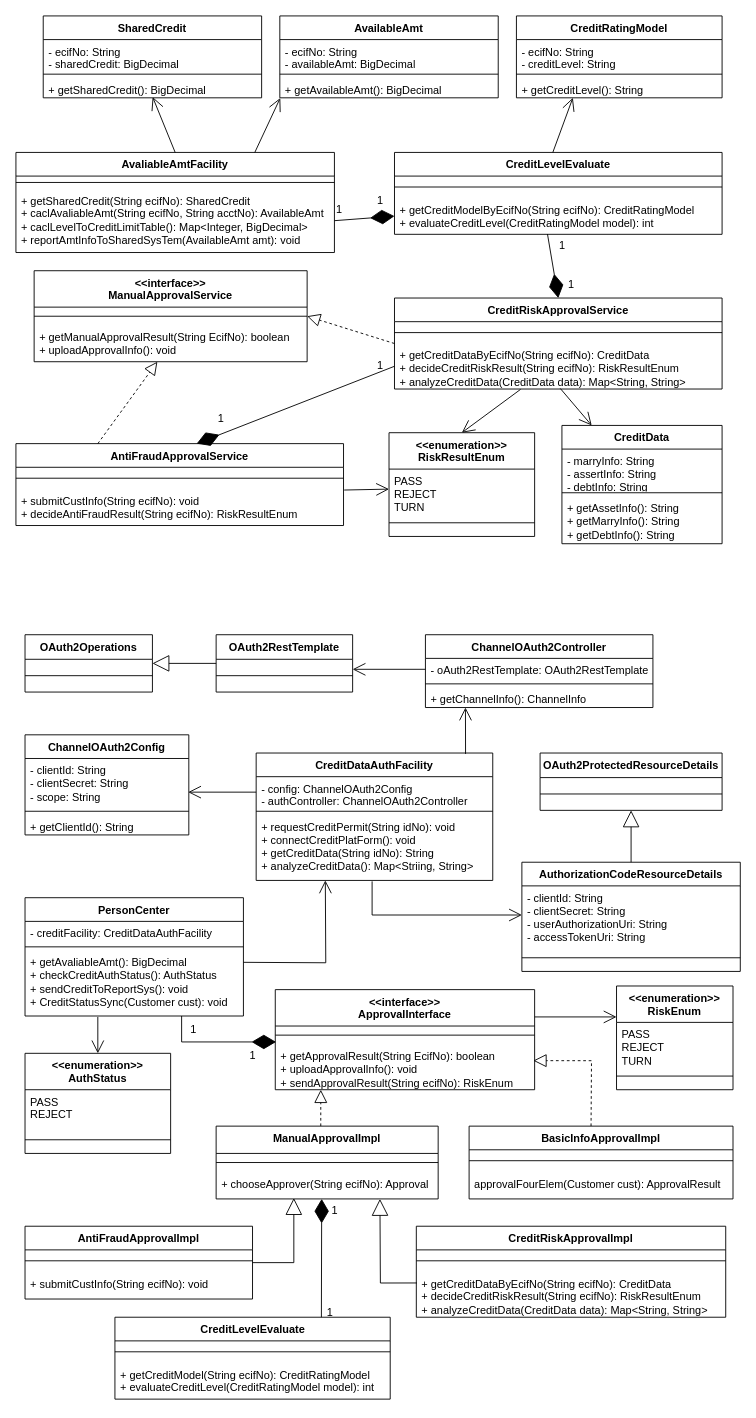
The draw.io diagram 授信额度审批-.drawio in wuxiao-web/graduationThesis, before the edit. Source tidied: cells renumbered, new cells numbered last; positions are measured from the earlier drawing's top-left corner, leaving out a move shared by most shapes. Both pictures are drawn from the tidied source at 91%, with x=0, y=0 at pixel (15, 15).
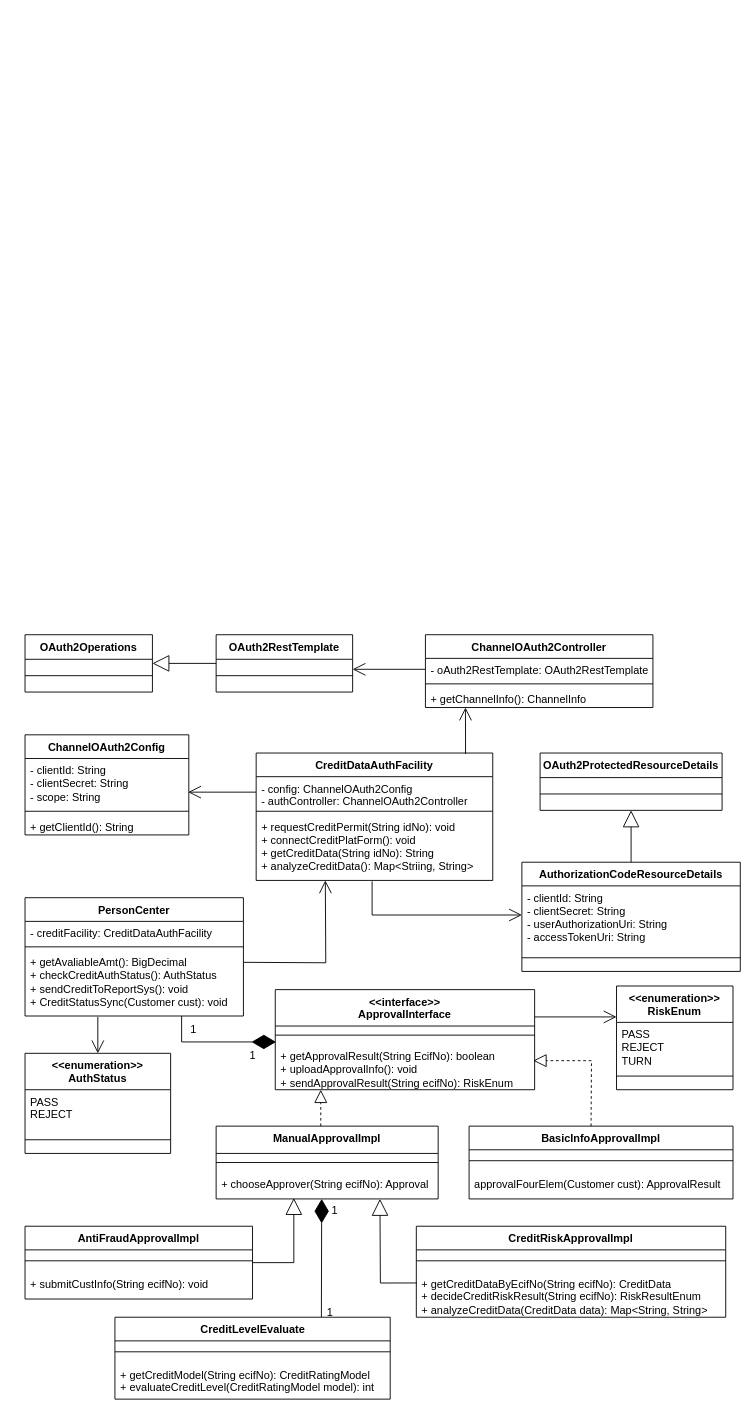
After the change.

Commit message (it also covers changes not shown here):
更新授信额度审批-.drawio

What changed in the source:
```diff
@@
-    <mxCell id="2" value="AvaliableAmtFacility" style="swimlane;fontStyle=1;align=center;verticalAlign=top;horizontal=1;startSize=26;whiteSpace=wrap;html=1;" parent="1" vertex="1">
-      <mxGeometry y="150" width="350" height="110" as="geometry" />
-    </mxCell>
-    <mxCell id="3" style="line;strokeWidth=1;fillColor=none;align=left;verticalAlign=middle;spacingTop=-1;spacingLeft=3;spacingRight=3;labelPosition=right;strokeColor=inherit;" parent="2" vertex="1">
-      <mxGeometry y="26" width="350" height="14" as="geometry" />
-    </mxCell>
-    <mxCell id="4" value="+ getSharedCredit(String ecifNo): SharedCredit&lt;br&gt;+ caclAvaliableAmt(String ecifNo, String acctNo): AvailableAmt&lt;br&gt;+ caclLevelToCreditLimitTable(): Map&amp;lt;Integer, BigDecimal&amp;gt;&lt;br&gt;+ reportAmtInfoToSharedSysTem(AvailableAmt amt): void" style="text;strokeColor=none;fillColor=none;align=left;verticalAlign=top;spacingLeft=4;spacingRight=4;overflow=hidden;points=[[0,0.5],[1,0.5]];portConstraint=eastwest;whiteSpace=wrap;html=1;" parent="2" vertex="1">
-      <mxGeometry y="40" width="350" height="70" as="geometry" />
-    </mxCell>
-    <mxCell id="5" value="SharedCredit" style="swimlane;fontStyle=1;align=center;verticalAlign=top;horizontal=1;startSize=26;whiteSpace=wrap;html=1;" parent="1" vertex="1">
-      <mxGeometry x="30" width="240" height="90" as="geometry" />
-    </mxCell>
-    <mxCell id="6" value="- ecifNo: String&lt;br&gt;- sharedCredit: BigDecimal" style="text;strokeColor=none;fillColor=none;align=left;verticalAlign=top;spacingLeft=4;spacingRight=4;overflow=hidden;whiteSpace=wrap;html=1;" parent="5" vertex="1">
-      <mxGeometry y="26" width="240" height="34" as="geometry" />
-    </mxCell>
-    <mxCell id="7" style="line;strokeWidth=1;fillColor=none;align=left;verticalAlign=middle;spacingTop=-1;spacingLeft=3;spacingRight=3;labelPosition=right;strokeColor=inherit;" parent="5" vertex="1">
-      <mxGeometry y="60" width="240" height="8" as="geometry" />
-    </mxCell>
-    <mxCell id="8" value="+ getSharedCredit(): BigDecimal" style="text;strokeColor=none;fillColor=none;align=left;verticalAlign=top;spacingLeft=4;spacingRight=4;overflow=hidden;points=[[0,0.5],[1,0.5]];portConstraint=eastwest;whiteSpace=wrap;html=1;" parent="5" vertex="1">
-      <mxGeometry y="68" width="240" height="22" as="geometry" />
-    </mxCell>
-    <mxCell id="9" style="endArrow=open;endFill=1;endSize=12;html=1;rounded=0;entryX=0.501;entryY=0.96;entryDx=0;entryDy=0;entryPerimeter=0;exitX=0.5;exitY=0;exitDx=0;exitDy=0;" parent="1" edge="1" source="2" target="8">
-      <mxGeometry relative="1" as="geometry" />
-    </mxCell>
-    <mxCell id="10" value="CreditLevelEvaluate" style="swimlane;fontStyle=1;align=center;verticalAlign=top;horizontal=1;startSize=26;whiteSpace=wrap;html=1;" parent="1" vertex="1">
-      <mxGeometry x="416" y="150" width="360" height="90" as="geometry" />
-    </mxCell>
-    <mxCell id="11" style="line;strokeWidth=1;fillColor=none;align=left;verticalAlign=middle;spacingTop=-1;spacingLeft=3;spacingRight=3;labelPosition=right;strokeColor=inherit;" parent="10" vertex="1">
-      <mxGeometry y="26" width="360" height="24" as="geometry" />
-    </mxCell>
-    <mxCell id="12" value="+ getCreditModelByEcifNo(String ecifNo): CreditRatingModel&lt;br&gt;+ evaluateCreditLevel(CreditRatingModel model): int" style="text;strokeColor=none;fillColor=none;align=left;verticalAlign=top;spacingLeft=4;spacingRight=4;overflow=hidden;points=[[0,0.5],[1,0.5]];portConstraint=eastwest;whiteSpace=wrap;html=1;" parent="10" vertex="1">
-      <mxGeometry y="50" width="360" height="40" as="geometry" />
-    </mxCell>
-    <mxCell id="13" value="AvailableAmt" style="swimlane;fontStyle=1;align=center;verticalAlign=top;horizontal=1;startSize=26;whiteSpace=wrap;html=1;" parent="1" vertex="1">
-      <mxGeometry x="290" width="240" height="90" as="geometry" />
-    </mxCell>
-    <mxCell id="14" value="- ecifNo: String&lt;br&gt;- availableAmt: BigDecimal" style="text;strokeColor=none;fillColor=none;align=left;verticalAlign=top;spacingLeft=4;spacingRight=4;overflow=hidden;whiteSpace=wrap;html=1;" parent="13" vertex="1">
-      <mxGeometry y="26" width="240" height="34" as="geometry" />
-    </mxCell>
-    <mxCell id="15" style="line;strokeWidth=1;fillColor=none;align=left;verticalAlign=middle;spacingTop=-1;spacingLeft=3;spacingRight=3;labelPosition=right;strokeColor=inherit;" parent="13" vertex="1">
-      <mxGeometry y="60" width="240" height="8" as="geometry" />
-    </mxCell>
-    <mxCell id="16" value="+ getAvailableAmt(): BigDecimal" style="text;strokeColor=none;fillColor=none;align=left;verticalAlign=top;spacingLeft=4;spacingRight=4;overflow=hidden;points=[[0,0.5],[1,0.5]];portConstraint=eastwest;whiteSpace=wrap;html=1;" parent="13" vertex="1">
-      <mxGeometry y="68" width="240" height="22" as="geometry" />
-    </mxCell>
-    <mxCell id="17" style="endArrow=open;endFill=1;endSize=12;html=1;rounded=0;entryX=0.002;entryY=1.008;entryDx=0;entryDy=0;entryPerimeter=0;exitX=0.75;exitY=0;exitDx=0;exitDy=0;" parent="1" edge="1" source="2" target="16">
-      <mxGeometry relative="1" as="geometry" />
-    </mxCell>
-    <mxCell id="18" value="CreditRatingModel" style="swimlane;fontStyle=1;align=center;verticalAlign=top;horizontal=1;startSize=26;whiteSpace=wrap;html=1;" parent="1" vertex="1">
-      <mxGeometry x="550" width="226" height="90" as="geometry" />
-    </mxCell>
-    <mxCell id="19" value="- ecifNo: String&lt;br&gt;- creditLevel: String" style="text;strokeColor=none;fillColor=none;align=left;verticalAlign=top;spacingLeft=4;spacingRight=4;overflow=hidden;whiteSpace=wrap;html=1;" parent="18" vertex="1">
-      <mxGeometry y="26" width="226" height="34" as="geometry" />
-    </mxCell>
-    <mxCell id="20" style="line;strokeWidth=1;fillColor=none;align=left;verticalAlign=middle;spacingTop=-1;spacingLeft=3;spacingRight=3;labelPosition=right;strokeColor=inherit;" parent="18" vertex="1">
-      <mxGeometry y="60" width="226" height="8" as="geometry" />
-    </mxCell>
-    <mxCell id="21" value="+ getCreditLevel(): String" style="text;strokeColor=none;fillColor=none;align=left;verticalAlign=top;spacingLeft=4;spacingRight=4;overflow=hidden;whiteSpace=wrap;html=1;" parent="18" vertex="1">
-      <mxGeometry y="68" width="226" height="22" as="geometry" />
-    </mxCell>
-    <mxCell id="22" style="endArrow=open;endFill=1;endSize=12;html=1;rounded=0;entryX=0.002;entryY=1.008;entryDx=0;entryDy=0;entryPerimeter=0;exitX=0.75;exitY=0;exitDx=0;exitDy=0;" parent="1" edge="1">
-      <mxGeometry relative="1" as="geometry">
-        <mxPoint x="590" y="150" as="sourcePoint" />
-        <mxPoint x="612" y="90" as="targetPoint" />
-      </mxGeometry>
-    </mxCell>
-    <mxCell id="23" style="endArrow=diamondThin;endFill=1;endSize=24;html=1;rounded=0;entryX=0;entryY=0.5;entryDx=0;entryDy=0;exitX=1;exitY=0.5;exitDx=0;exitDy=0;" parent="1" edge="1" source="4" target="12">
-      <mxGeometry relative="1" as="geometry" />
-    </mxCell>
-    <mxCell id="24" value="CreditRiskApprovalService" style="swimlane;fontStyle=1;align=center;verticalAlign=top;horizontal=1;startSize=26;whiteSpace=wrap;html=1;" parent="1" vertex="1">
-      <mxGeometry x="416" y="310" width="360" height="100" as="geometry" />
-    </mxCell>
-    <mxCell id="25" style="line;strokeWidth=1;fillColor=none;align=left;verticalAlign=middle;spacingTop=-1;spacingLeft=3;spacingRight=3;labelPosition=right;strokeColor=inherit;" parent="24" vertex="1">
-      <mxGeometry y="26" width="360" height="24" as="geometry" />
-    </mxCell>
-    <mxCell id="26" value="+ getCreditDataByEcifNo(String ecifNo): CreditData&lt;br&gt;+ decideCreditRiskResult(String ecifNo): RiskResultEnum&lt;br&gt;+ analyzeCreditData(CreditData data): Map&amp;lt;String, String&amp;gt;" style="text;strokeColor=none;fillColor=none;align=left;verticalAlign=top;spacingLeft=4;spacingRight=4;overflow=hidden;points=[[0,0.5],[1,0.5]];portConstraint=eastwest;whiteSpace=wrap;html=1;" parent="24" vertex="1">
-      <mxGeometry y="50" width="360" height="50" as="geometry" />
-    </mxCell>
-    <mxCell id="27" value="&amp;lt;&amp;lt;interface&amp;gt;&amp;gt;&lt;br&gt;ManualApprovalService" style="swimlane;fontStyle=1;align=center;verticalAlign=top;horizontal=1;startSize=40;whiteSpace=wrap;html=1;" parent="1" vertex="1">
-      <mxGeometry x="20" y="280" width="300" height="100" as="geometry" />
-    </mxCell>
-    <mxCell id="28" style="line;strokeWidth=1;fillColor=none;align=left;verticalAlign=middle;spacingTop=-1;spacingLeft=3;spacingRight=3;labelPosition=right;strokeColor=inherit;" parent="27" vertex="1">
-      <mxGeometry y="40" width="300" height="20" as="geometry" />
-    </mxCell>
-    <mxCell id="29" value="+ getManualApprovalResult(String EcifNo): boolean&lt;br&gt;+ uploadApprovalInfo(): void" style="text;strokeColor=none;fillColor=none;align=left;verticalAlign=top;spacingLeft=4;spacingRight=4;overflow=hidden;points=[[0,0.5],[1,0.5]];portConstraint=eastwest;whiteSpace=wrap;html=1;" parent="27" vertex="1">
-      <mxGeometry y="60" width="300" height="40" as="geometry" />
-    </mxCell>
-    <mxCell id="30" style="endArrow=block;dashed=1;endFill=0;endSize=12;html=1;rounded=0;entryX=1;entryY=0.5;entryDx=0;entryDy=0;exitX=0;exitY=0.5;exitDx=0;exitDy=0;" parent="1" edge="1" source="24" target="27">
-      <mxGeometry relative="1" as="geometry" />
-    </mxCell>
-    <mxCell id="31" style="endArrow=diamondThin;endFill=1;endSize=24;html=1;rounded=0;entryX=0.5;entryY=0;entryDx=0;entryDy=0;exitX=0.467;exitY=0.992;exitDx=0;exitDy=0;exitPerimeter=0;" parent="1" edge="1" source="12" target="24">
-      <mxGeometry relative="1" as="geometry" />
-    </mxCell>
-    <mxCell id="32" value="CreditData" style="swimlane;fontStyle=1;align=center;verticalAlign=top;horizontal=1;startSize=26;whiteSpace=wrap;html=1;" parent="1" vertex="1">
-      <mxGeometry x="600" y="450" width="176" height="130" as="geometry" />
-    </mxCell>
-    <mxCell id="33" value="- marryInfo: String&lt;br&gt;- assertInfo: String&lt;br&gt;- debtInfo: String" style="text;strokeColor=none;fillColor=none;align=left;verticalAlign=top;spacingLeft=4;spacingRight=4;overflow=hidden;whiteSpace=wrap;html=1;" parent="32" vertex="1">
-      <mxGeometry y="26" width="176" height="44" as="geometry" />
-    </mxCell>
-    <mxCell id="34" style="line;strokeWidth=1;fillColor=none;align=left;verticalAlign=middle;spacingTop=-1;spacingLeft=3;spacingRight=3;labelPosition=right;strokeColor=inherit;" parent="32" vertex="1">
-      <mxGeometry y="70" width="176" height="8" as="geometry" />
-    </mxCell>
-    <mxCell id="35" value="+ getAssetInfo(): String&lt;br&gt;+ getMarryInfo(): String&lt;br&gt;+ getDebtInfo(): String" style="text;strokeColor=none;fillColor=none;align=left;verticalAlign=top;spacingLeft=4;spacingRight=4;overflow=hidden;whiteSpace=wrap;html=1;" parent="32" vertex="1">
-      <mxGeometry y="78" width="176" height="52" as="geometry" />
-    </mxCell>
-    <mxCell id="36" style="endArrow=open;endFill=1;endSize=12;html=1;rounded=0;exitX=0.506;exitY=0.987;exitDx=0;exitDy=0;exitPerimeter=0;" parent="1" edge="1" source="26" target="32">
-      <mxGeometry relative="1" as="geometry" />
-    </mxCell>
-    <mxCell id="37" value="AntiFraudApprovalService" style="swimlane;fontStyle=1;align=center;verticalAlign=top;horizontal=1;startSize=26;whiteSpace=wrap;html=1;" parent="1" vertex="1">
-      <mxGeometry y="470" width="360" height="90" as="geometry" />
-    </mxCell>
-    <mxCell id="38" style="line;strokeWidth=1;fillColor=none;align=left;verticalAlign=middle;spacingTop=-1;spacingLeft=3;spacingRight=3;labelPosition=right;strokeColor=inherit;" parent="37" vertex="1">
-      <mxGeometry y="26" width="360" height="24" as="geometry" />
-    </mxCell>
-    <mxCell id="39" value="+ submitCustInfo(String ecifNo): void&lt;br&gt;+ decideAntiFraudResult(String ecifNo): RiskResultEnum" style="text;strokeColor=none;fillColor=none;align=left;verticalAlign=top;spacingLeft=4;spacingRight=4;overflow=hidden;points=[[0,0.5],[1,0.5]];portConstraint=eastwest;whiteSpace=wrap;html=1;" parent="37" vertex="1">
-      <mxGeometry y="50" width="360" height="40" as="geometry" />
-    </mxCell>
-    <mxCell id="40" style="endArrow=diamondThin;endFill=1;endSize=24;html=1;rounded=0;entryX=0.5;entryY=0;entryDx=0;entryDy=0;exitX=0;exitY=0.5;exitDx=0;exitDy=0;" parent="1" edge="1" source="26">
-      <mxGeometry relative="1" as="geometry">
-        <mxPoint x="198.6" y="470" as="targetPoint" />
-      </mxGeometry>
-    </mxCell>
-    <mxCell id="41" style="endArrow=block;dashed=1;endFill=0;endSize=12;html=1;rounded=0;exitX=0.25;exitY=0;exitDx=0;exitDy=0;" parent="1" edge="1" source="37" target="29">
-      <mxGeometry relative="1" as="geometry" />
-    </mxCell>
-    <mxCell id="42" value="&lt;b style=&quot;border-color: var(--border-color);&quot;&gt;&amp;lt;&amp;lt;enumeration&amp;gt;&amp;gt;&lt;br style=&quot;border-color: var(--border-color);&quot;&gt;RiskResultEnum&lt;/b&gt;" style="swimlane;fontStyle=1;align=center;verticalAlign=top;horizontal=1;startSize=40;whiteSpace=wrap;html=1;" parent="1" vertex="1">
-      <mxGeometry x="410" y="458" width="160" height="114" as="geometry" />
-    </mxCell>
-    <mxCell id="43" value="PASS&lt;br&gt;REJECT&lt;br&gt;TURN" style="text;strokeColor=none;fillColor=none;align=left;verticalAlign=top;spacingLeft=4;spacingRight=4;overflow=hidden;points=[[0,0.5],[1,0.5]];portConstraint=eastwest;whiteSpace=wrap;html=1;" parent="42" vertex="1">
-      <mxGeometry y="40" width="160" height="44" as="geometry" />
-    </mxCell>
-    <mxCell id="44" style="line;strokeWidth=1;fillColor=none;align=left;verticalAlign=middle;spacingTop=-1;spacingLeft=3;spacingRight=3;labelPosition=right;strokeColor=inherit;" parent="42" vertex="1">
-      <mxGeometry y="84" width="160" height="30" as="geometry" />
-    </mxCell>
-    <mxCell id="45" value="1" style="text;html=1;align=center;verticalAlign=middle;strokeColor=none;fillColor=none;" parent="1" vertex="1">
-      <mxGeometry x="340" y="198" width="30" height="30" as="geometry" />
-    </mxCell>
-    <mxCell id="46" value="1" style="text;html=1;align=center;verticalAlign=middle;strokeColor=none;fillColor=none;" parent="1" vertex="1">
-      <mxGeometry x="385" y="188" width="30" height="30" as="geometry" />
-    </mxCell>
-    <mxCell id="47" value="1" style="text;html=1;align=center;verticalAlign=middle;strokeColor=none;fillColor=none;" parent="1" vertex="1">
-      <mxGeometry x="585" y="238" width="30" height="30" as="geometry" />
-    </mxCell>
-    <mxCell id="48" value="1" style="text;html=1;align=center;verticalAlign=middle;strokeColor=none;fillColor=none;" parent="1" vertex="1">
-      <mxGeometry x="595" y="280" width="30" height="30" as="geometry" />
-    </mxCell>
-    <mxCell id="49" value="1" style="text;html=1;align=center;verticalAlign=middle;strokeColor=none;fillColor=none;" parent="1" vertex="1">
-      <mxGeometry x="385" y="370" width="30" height="30" as="geometry" />
-    </mxCell>
-    <mxCell id="50" value="1" style="text;html=1;align=center;verticalAlign=middle;strokeColor=none;fillColor=none;" parent="1" vertex="1">
-      <mxGeometry x="210" y="428" width="30" height="30" as="geometry" />
-    </mxCell>
-    <mxCell id="51" style="endArrow=open;endFill=1;endSize=12;html=1;rounded=0;exitX=0.385;exitY=1.007;exitDx=0;exitDy=0;exitPerimeter=0;entryX=0.5;entryY=0;entryDx=0;entryDy=0;" parent="1" edge="1" source="26" target="42">
-      <mxGeometry relative="1" as="geometry" />
-    </mxCell>
-    <mxCell id="52" style="endArrow=open;endFill=1;endSize=12;html=1;rounded=0;exitX=1.002;exitY=0.025;exitDx=0;exitDy=0;exitPerimeter=0;entryX=0;entryY=0.5;entryDx=0;entryDy=0;" parent="1" edge="1" source="39" target="43">
-      <mxGeometry relative="1" as="geometry" />
-    </mxCell>
```
